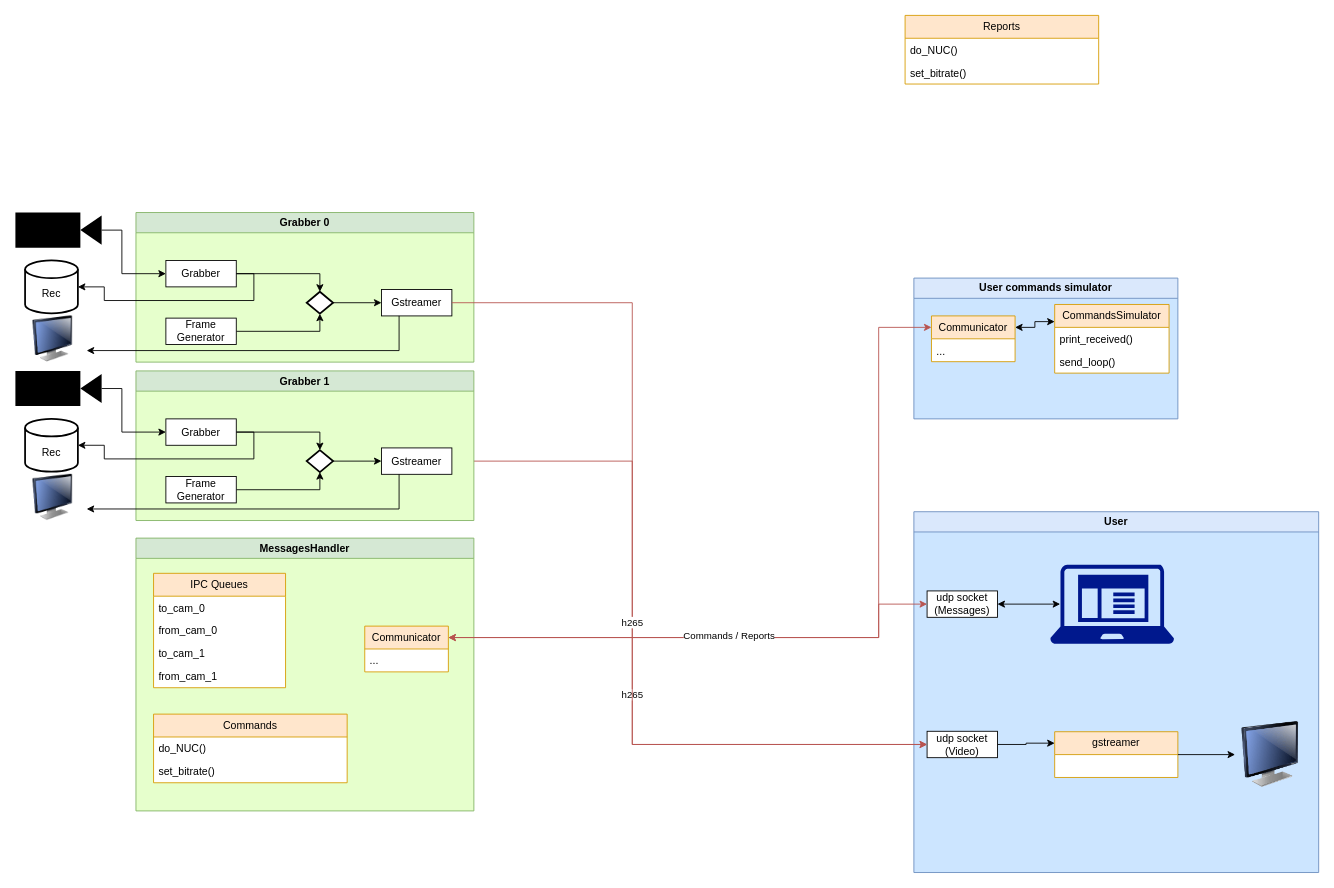
The draw.io diagram page "Page-2" (2 of 2) of doc/diagram.drawio in serbuh/gige_capture, before the edit. Source tidied: cells renumbered, new cells numbered last; positions are measured from the earlier drawing's top-left corner, leaving out a move shared by most shapes. Both pictures are drawn from the tidied source at 88%, with x=0, y=0 at pixel (15, 15).
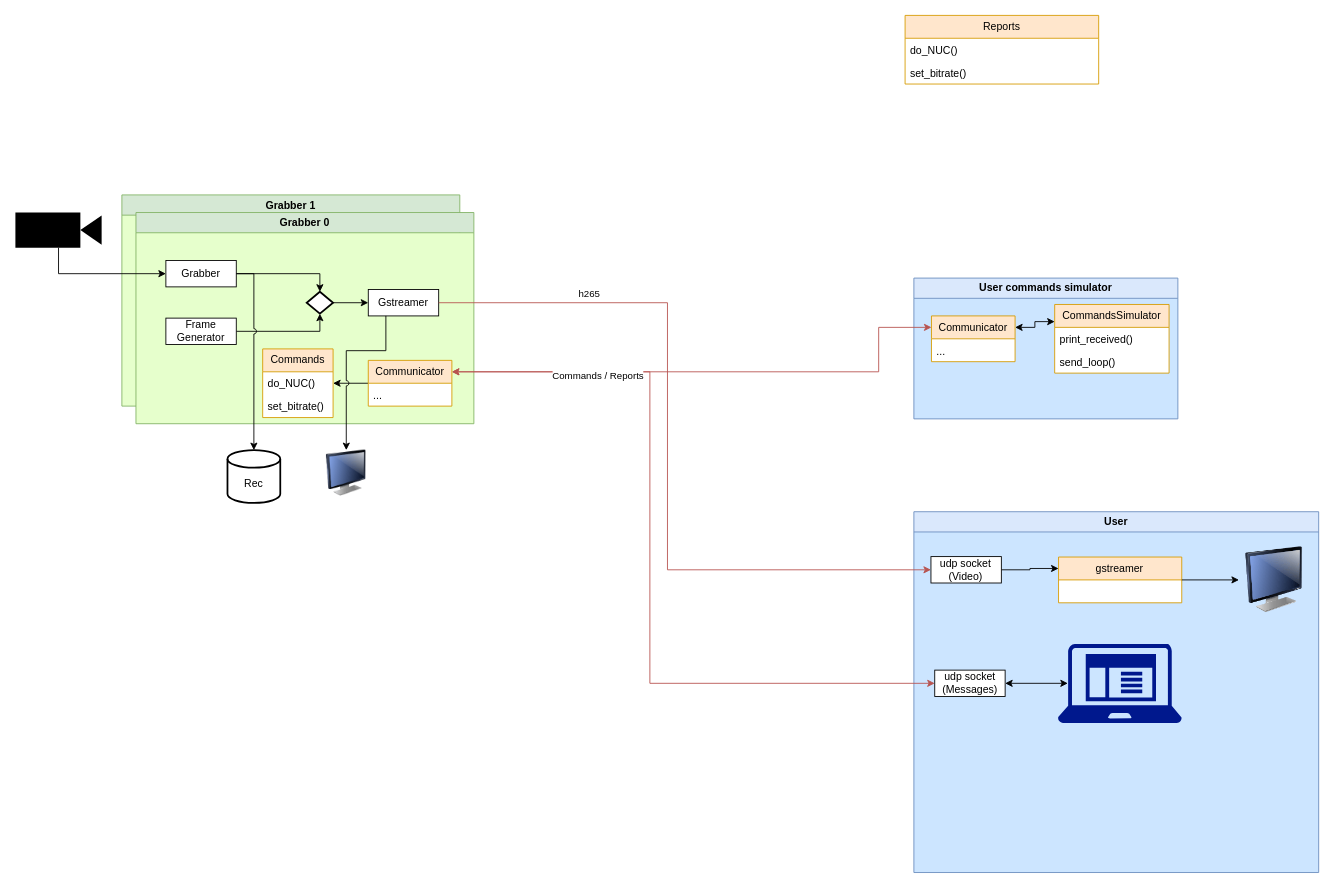
After the change.

Commit message (it also covers changes not shown here):
update diagram (each grabber has its own messages channel)

Unchanged cells that the change refers to:
```xml
<mxCell id="7" value="Grabber" style="rounded=0;whiteSpace=wrap;html=1;" parent="2" vertex="1">
  <mxGeometry x="34" y="54.5" width="80" height="30" as="geometry" />
</mxCell>
<mxCell id="11" style="shape=mxgraph.signs.tech.video_camera;html=1;fillColor=#000000;strokeColor=none;verticalLabelPosition=bottom;verticalAlign=top;align=center;" parent="1" vertex="1">
  <mxGeometry y="224" width="98" height="40" as="geometry" />
</mxCell>
<mxCell id="12" value="User" style="swimlane;whiteSpace=wrap;html=1;comic=0;noLabel=0;swimlaneFillColor=#CCE5FF;fillColor=#dae8fc;strokeColor=#6c8ebf;" parent="1" vertex="1">
  <mxGeometry x="1021" y="564" width="460" height="410" as="geometry" />
</mxCell>
<mxCell id="32" value="Communicator" style="swimlane;fontStyle=0;horizontal=1;startSize=26;fillColor=#ffe6cc;whiteSpace=wrap;html=1;strokeColor=#d79b00;swimlaneFillColor=default;" parent="27" vertex="1">
  <mxGeometry x="20" y="43" width="95" height="52" as="geometry" />
</mxCell>
```

Change to the diagram source:
```diff
@@
+    <mxCell id="53" value="Grabber 1" style="swimlane;whiteSpace=wrap;html=1;comic=0;noLabel=0;swimlaneFillColor=#E6FFCC;fillColor=#d5e8d4;strokeColor=#82b366;shadow=0;enumerate=0;glass=0;" parent="1" vertex="1">
+      <mxGeometry x="121" y="204" width="384" height="240" as="geometry" />
+    </mxCell>
-    <mxCell id="2" value="Grabber 0" style="swimlane;whiteSpace=wrap;html=1;comic=0;noLabel=0;swimlaneFillColor=#E6FFCC;fillColor=#d5e8d4;strokeColor=#82b366;" parent="1" vertex="1">
-      <mxGeometry x="137" y="224" width="384" height="170" as="geometry" />
+    <mxCell id="2" value="Grabber 0" style="swimlane;whiteSpace=wrap;html=1;comic=0;noLabel=0;swimlaneFillColor=#E6FFCC;fillColor=#d5e8d4;strokeColor=#82b366;shadow=0;enumerate=0;glass=0;" parent="1" vertex="1">
+      <mxGeometry x="137" y="224" width="384" height="240" as="geometry" />
     </mxCell>
@@
     <mxCell id="9" value="Gstreamer" style="rounded=0;whiteSpace=wrap;html=1;" parent="2" vertex="1">
-      <mxGeometry x="279" y="87.5" width="80" height="30" as="geometry" />
+      <mxGeometry x="264" y="87.5" width="80" height="30" as="geometry" />
     </mxCell>
+    <mxCell id="67" style="edgeStyle=orthogonalEdgeStyle;rounded=0;jettySize=auto;html=1;entryX=1;entryY=0.5;entryDx=0;entryDy=0;" parent="2" edge="1" source="37" target="40">
+      <mxGeometry relative="1" as="geometry" />
+    </mxCell>
+    <mxCell id="37" value="Communicator" style="swimlane;fontStyle=0;horizontal=1;startSize=26;fillColor=#ffe6cc;whiteSpace=wrap;html=1;strokeColor=#d79b00;swimlaneFillColor=default;" parent="2" vertex="1">
+      <mxGeometry x="264" y="168" width="95" height="52" as="geometry" />
+    </mxCell>
+    <mxCell id="38" value="..." style="text;strokeColor=none;fillColor=none;align=left;verticalAlign=top;spacingLeft=4;spacingRight=4;overflow=hidden;whiteSpace=wrap;html=1;" parent="37" vertex="1">
+      <mxGeometry y="26" width="95" height="26" as="geometry" />
+    </mxCell>
+    <mxCell id="39" value="Commands" style="swimlane;fontStyle=0;horizontal=1;startSize=26;fillColor=#ffe6cc;whiteSpace=wrap;html=1;strokeColor=#d79b00;swimlaneFillColor=default;" parent="2" vertex="1">
+      <mxGeometry x="144" y="155" width="80" height="78" as="geometry" />
+    </mxCell>
+    <mxCell id="40" value="do_NUC()" style="text;strokeColor=none;fillColor=none;align=left;verticalAlign=top;spacingLeft=4;spacingRight=4;overflow=hidden;points=[[0,0.5],[1,0.5]];portConstraint=eastwest;whiteSpace=wrap;html=1;" parent="39" vertex="1">
+      <mxGeometry y="26" width="80" height="26" as="geometry" />
+    </mxCell>
+    <mxCell id="41" value="set_bitrate()" style="text;strokeColor=none;fillColor=none;align=left;verticalAlign=top;spacingLeft=4;spacingRight=4;overflow=hidden;whiteSpace=wrap;html=1;" parent="39" vertex="1">
+      <mxGeometry y="52" width="80" height="26" as="geometry" />
+    </mxCell>
-    <mxCell id="10" style="edgeStyle=orthogonalEdgeStyle;rounded=0;jettySize=auto;html=1;entryX=0;entryY=0.5;entryDx=0;entryDy=0;exitX=1;exitY=0.5;exitDx=0;exitDy=0;exitPerimeter=0;" parent="1" edge="1" source="11" target="7">
+    <mxCell id="10" style="edgeStyle=orthogonalEdgeStyle;rounded=0;jettySize=auto;html=1;entryX=0;entryY=0.5;entryDx=0;entryDy=0;exitX=0.5;exitY=1;exitDx=0;exitDy=0;exitPerimeter=0;" parent="1" edge="1" source="11" target="7">
       <mxGeometry relative="1" as="geometry">
         <Array as="points">
-          <mxPoint x="121" y="244" />
-          <mxPoint x="121" y="293" />
+          <mxPoint x="49" y="294" />
         </Array>
       </mxGeometry>
     </mxCell>
@@
     <mxCell id="14" value="udp socket&lt;br&gt;(Video)" style="rounded=0;whiteSpace=wrap;html=1;" parent="12" vertex="1">
-      <mxGeometry x="15" y="249.5" width="80" height="30" as="geometry" />
+      <mxGeometry x="19.4" y="51" width="80" height="30" as="geometry" />
     </mxCell>
     <mxCell id="15" value="gstreamer" style="swimlane;fontStyle=0;horizontal=1;startSize=26;fillColor=#ffe6cc;whiteSpace=wrap;html=1;strokeColor=#d79b00;swimlaneFillColor=default;" parent="12" vertex="1">
-      <mxGeometry x="160" y="250" width="140" height="52" as="geometry" />
+      <mxGeometry x="164.4" y="51.5" width="140" height="52" as="geometry" />
     </mxCell>
     <mxCell id="16" style="sketch=0;shadow=0;dashed=0;html=1;strokeColor=none;labelPosition=center;verticalLabelPosition=bottom;verticalAlign=top;align=center;fillColor=#00188D;shape=mxgraph.mscae.enterprise.client_application;" parent="12" vertex="1">
-      <mxGeometry x="155" y="60" width="140.6" height="90" as="geometry" />
+      <mxGeometry x="163.7" y="150" width="140.6" height="90" as="geometry" />
     </mxCell>
@@
     <mxCell id="18" value="udp socket&lt;br&gt;(Messages)" style="rounded=0;whiteSpace=wrap;html=1;" parent="12" vertex="1">
-      <mxGeometry x="15" y="90" width="80" height="30" as="geometry" />
+      <mxGeometry x="23.7" y="180" width="80" height="30" as="geometry" />
     </mxCell>
     <mxCell id="19" style="image;html=1;image=img/lib/clip_art/computers/Monitor_128x128.png;align=center;verticalAlign=top;" parent="12" vertex="1">
-      <mxGeometry x="365" y="238.5" width="80" height="75" as="geometry" />
+      <mxGeometry x="369.4" y="40" width="80" height="75" as="geometry" />
     </mxCell>
@@
     <mxCell id="21" style="image;html=1;image=img/lib/clip_art/computers/Monitor_128x128.png;" parent="1" vertex="1">
-      <mxGeometry x="4" y="341.5" width="77" height="52.5" as="geometry" />
+      <mxGeometry x="341" y="494" width="70" height="52.5" as="geometry" />
     </mxCell>
     <mxCell id="22" value="&lt;br&gt;Rec" style="strokeWidth=2;html=1;shape=mxgraph.flowchart.database;whiteSpace=wrap;" parent="1" vertex="1">
-      <mxGeometry x="11" y="278.5" width="60" height="60" as="geometry" />
+      <mxGeometry x="241" y="494" width="60" height="60" as="geometry" />
     </mxCell>
-    <mxCell id="23" style="edgeStyle=orthogonalEdgeStyle;rounded=0;jettySize=auto;html=1;exitX=1;exitY=0.5;exitDx=0;exitDy=0;entryX=1;entryY=0.5;entryDx=0;entryDy=0;entryPerimeter=0;" parent="1" edge="1" source="7" target="22">
-      <mxGeometry relative="1" as="geometry">
-        <Array as="points">
-          <mxPoint x="271" y="293" />
-          <mxPoint x="271" y="324" />
-          <mxPoint x="101" y="324" />
-          <mxPoint x="101" y="309" />
-          <mxPoint x="71" y="309" />
-        </Array>
-      </mxGeometry>
-    </mxCell>
-    <mxCell id="24" style="edgeStyle=orthogonalEdgeStyle;rounded=0;jettySize=auto;html=1;entryX=1;entryY=0.75;entryDx=0;entryDy=0;exitX=0.25;exitY=1;exitDx=0;exitDy=0;" parent="1" edge="1" source="9" target="21">
+    <mxCell id="24" style="edgeStyle=orthogonalEdgeStyle;rounded=0;jettySize=auto;html=1;exitX=0.25;exitY=1;exitDx=0;exitDy=0;entryX=0.5;entryY=0;entryDx=0;entryDy=0;jumpStyle=arc;" parent="1" edge="1" source="9" target="21">
       <mxGeometry relative="1" as="geometry">
         <Array as="points">
-          <mxPoint x="436" y="381" />
+          <mxPoint x="421" y="381" />
+          <mxPoint x="376" y="381" />
         </Array>
       </mxGeometry>
     </mxCell>
-    <mxCell id="25" style="edgeStyle=orthogonalEdgeStyle;rounded=0;jettySize=auto;html=1;entryX=0;entryY=0.5;entryDx=0;entryDy=0;fillColor=#f8cecc;strokeColor=#b85450;exitX=1;exitY=0.5;exitDx=0;exitDy=0;" parent="1" edge="1" source="60" target="14">
-      <mxGeometry relative="1" as="geometry">
-        <Array as="points">
-          <mxPoint x="701" y="506" />
-          <mxPoint x="701" y="828" />
-        </Array>
-      </mxGeometry>
-    </mxCell>
-    <mxCell id="26" value="h265" style="edgeLabel;html=1;align=center;verticalAlign=middle;" parent="25" vertex="1">
-      <mxGeometry x="0.09" y="-1" relative="1" as="geometry" />
-    </mxCell>
@@
     <mxCell id="34" style="edgeStyle=orthogonalEdgeStyle;rounded=0;jettySize=auto;html=1;entryX=0;entryY=0.5;entryDx=0;entryDy=0;fillColor=#f8cecc;strokeColor=#b85450;exitX=1;exitY=0.5;exitDx=0;exitDy=0;" parent="1" edge="1" source="9" target="14">
       <mxGeometry relative="1" as="geometry">
         <Array as="points">
-          <mxPoint x="701" y="326" />
-          <mxPoint x="701" y="828" />
+          <mxPoint x="741" y="327" />
+          <mxPoint x="741" y="630" />
         </Array>
       </mxGeometry>
     </mxCell>
     <mxCell id="35" value="h265" style="edgeLabel;html=1;align=center;verticalAlign=middle;" parent="34" vertex="1">
-      <mxGeometry x="0.09" y="-1" relative="1" as="geometry" />
+      <mxGeometry x="0.09" y="-1" relative="1" as="geometry">
+        <mxPoint x="-89" y="-220" as="offset" />
+      </mxGeometry>
     </mxCell>
-    <mxCell id="36" value="MessagesHandler" style="swimlane;whiteSpace=wrap;html=1;comic=0;noLabel=0;swimlaneFillColor=#E6FFCC;fillColor=#d5e8d4;strokeColor=#82b366;" parent="1" vertex="1">
-      <mxGeometry x="137" y="594" width="384" height="310" as="geometry" />
-    </mxCell>
-    <mxCell id="37" value="Communicator" style="swimlane;fontStyle=0;horizontal=1;startSize=26;fillColor=#ffe6cc;whiteSpace=wrap;html=1;strokeColor=#d79b00;swimlaneFillColor=default;" parent="36" vertex="1">
-      <mxGeometry x="260" y="100" width="95" height="52" as="geometry" />
-    </mxCell>
-    <mxCell id="38" value="..." style="text;strokeColor=none;fillColor=none;align=left;verticalAlign=top;spacingLeft=4;spacingRight=4;overflow=hidden;whiteSpace=wrap;html=1;" parent="37" vertex="1">
-      <mxGeometry y="26" width="95" height="26" as="geometry" />
-    </mxCell>
-    <mxCell id="39" value="Commands" style="swimlane;fontStyle=0;horizontal=1;startSize=26;fillColor=#ffe6cc;whiteSpace=wrap;html=1;strokeColor=#d79b00;swimlaneFillColor=default;" parent="36" vertex="1">
-      <mxGeometry x="20" y="200" width="220" height="78" as="geometry" />
-    </mxCell>
-    <mxCell id="40" value="do_NUC()" style="text;strokeColor=none;fillColor=none;align=left;verticalAlign=top;spacingLeft=4;spacingRight=4;overflow=hidden;points=[[0,0.5],[1,0.5]];portConstraint=eastwest;whiteSpace=wrap;html=1;" parent="39" vertex="1">
-      <mxGeometry y="26" width="220" height="26" as="geometry" />
-    </mxCell>
-    <mxCell id="41" value="set_bitrate()" style="text;strokeColor=none;fillColor=none;align=left;verticalAlign=top;spacingLeft=4;spacingRight=4;overflow=hidden;whiteSpace=wrap;html=1;" parent="39" vertex="1">
-      <mxGeometry y="52" width="220" height="26" as="geometry" />
-    </mxCell>
-    <mxCell id="42" value="IPC Queues" style="swimlane;fontStyle=0;horizontal=1;startSize=26;fillColor=#ffe6cc;whiteSpace=wrap;html=1;strokeColor=#d79b00;swimlaneFillColor=default;" parent="36" vertex="1">
-      <mxGeometry x="20" y="40" width="150" height="130" as="geometry" />
-    </mxCell>
-    <mxCell id="43" value="to_cam_0" style="text;strokeColor=none;fillColor=none;align=left;verticalAlign=top;spacingLeft=4;spacingRight=4;overflow=hidden;whiteSpace=wrap;html=1;" parent="42" vertex="1">
-      <mxGeometry y="26" width="150" height="26" as="geometry" />
-    </mxCell>
-    <mxCell id="44" value="from_cam_0" style="text;strokeColor=none;fillColor=none;align=left;verticalAlign=top;spacingLeft=4;spacingRight=4;overflow=hidden;whiteSpace=wrap;html=1;" parent="42" vertex="1">
-      <mxGeometry y="52" width="150" height="26" as="geometry" />
-    </mxCell>
-    <mxCell id="45" value="to_cam_1" style="text;strokeColor=none;fillColor=none;align=left;verticalAlign=top;spacingLeft=4;spacingRight=4;overflow=hidden;whiteSpace=wrap;html=1;" parent="42" vertex="1">
-      <mxGeometry y="78" width="150" height="26" as="geometry" />
-    </mxCell>
-    <mxCell id="46" value="from_cam_1" style="text;strokeColor=none;fillColor=none;align=left;verticalAlign=top;spacingLeft=4;spacingRight=4;overflow=hidden;whiteSpace=wrap;html=1;" parent="42" vertex="1">
-      <mxGeometry y="104" width="150" height="26" as="geometry" />
-    </mxCell>
-    <mxCell id="47" style="edgeStyle=orthogonalEdgeStyle;rounded=0;jettySize=auto;html=1;entryX=1;entryY=0.25;entryDx=0;entryDy=0;startArrow=classic;startFill=1;fillColor=#f8cecc;strokeColor=#b85450;exitX=0;exitY=0.25;exitDx=0;exitDy=0;" parent="1" edge="1" source="32" target="37">
+    <mxCell id="47" style="edgeStyle=orthogonalEdgeStyle;rounded=0;jettySize=auto;html=1;startArrow=classic;startFill=1;fillColor=#f8cecc;strokeColor=#b85450;exitX=0;exitY=0.25;exitDx=0;exitDy=0;entryX=1;entryY=0.25;entryDx=0;entryDy=0;" parent="1" edge="1" source="32" target="37">
       <mxGeometry relative="1" as="geometry">
         <Array as="points">
-          <mxPoint x="981" y="354" />
-          <mxPoint x="981" y="707" />
+          <mxPoint x="981" y="355" />
+          <mxPoint x="981" y="405" />
         </Array>
       </mxGeometry>
     </mxCell>
     <mxCell id="48" style="edgeStyle=orthogonalEdgeStyle;rounded=0;jettySize=auto;html=1;entryX=0;entryY=0.5;entryDx=0;entryDy=0;startArrow=classic;startFill=1;fillColor=#f8cecc;strokeColor=#b85450;exitX=1;exitY=0.25;exitDx=0;exitDy=0;" parent="1" edge="1" source="37" target="18">
       <mxGeometry relative="1" as="geometry">
         <Array as="points">
-          <mxPoint x="981" y="707" />
-          <mxPoint x="981" y="669" />
+          <mxPoint x="721" y="405" />
+          <mxPoint x="721" y="759" />
         </Array>
       </mxGeometry>
     </mxCell>
     <mxCell id="49" value="Commands / Reports" style="edgeLabel;html=1;align=center;verticalAlign=middle;" parent="48" vertex="1">
       <mxGeometry x="0.07" y="3" relative="1" as="geometry">
-        <mxPoint x="7" as="offset" />
+        <mxPoint x="-63" y="-254" as="offset" />
       </mxGeometry>
     </mxCell>
@@
-    <mxCell id="53" value="Grabber 1" style="swimlane;whiteSpace=wrap;html=1;comic=0;noLabel=0;swimlaneFillColor=#E6FFCC;fillColor=#d5e8d4;strokeColor=#82b366;" parent="1" vertex="1">
-      <mxGeometry x="137" y="404" width="384" height="170" as="geometry" />
-    </mxCell>
-    <mxCell id="54" style="edgeStyle=orthogonalEdgeStyle;rounded=0;jettySize=auto;html=1;entryX=0;entryY=0.5;entryDx=0;entryDy=0;" parent="53" edge="1" source="55" target="60">
-      <mxGeometry relative="1" as="geometry" />
-    </mxCell>
-    <mxCell id="55" style="strokeWidth=2;html=1;shape=mxgraph.flowchart.decision;whiteSpace=wrap;" parent="53" vertex="1">
-      <mxGeometry x="194" y="90" width="30" height="25" as="geometry" />
-    </mxCell>
-    <mxCell id="56" style="edgeStyle=orthogonalEdgeStyle;rounded=0;jettySize=auto;html=1;entryX=0.5;entryY=0;entryDx=0;entryDy=0;entryPerimeter=0;exitX=1;exitY=0.5;exitDx=0;exitDy=0;" parent="53" edge="1" source="58" target="55">
-      <mxGeometry relative="1" as="geometry" />
-    </mxCell>
-    <mxCell id="57" style="edgeStyle=orthogonalEdgeStyle;rounded=0;jettySize=auto;html=1;entryX=0.5;entryY=1;entryDx=0;entryDy=0;entryPerimeter=0;exitX=1;exitY=0.5;exitDx=0;exitDy=0;" parent="53" edge="1" source="59" target="55">
-      <mxGeometry relative="1" as="geometry" />
-    </mxCell>
-    <mxCell id="58" value="Grabber" style="rounded=0;whiteSpace=wrap;html=1;" parent="53" vertex="1">
-      <mxGeometry x="34" y="54.5" width="80" height="30" as="geometry" />
-    </mxCell>
-    <mxCell id="59" value="Frame&lt;br&gt;Generator" style="rounded=0;whiteSpace=wrap;html=1;" parent="53" vertex="1">
-      <mxGeometry x="34" y="120" width="80" height="30" as="geometry" />
-    </mxCell>
-    <mxCell id="60" value="Gstreamer" style="rounded=0;whiteSpace=wrap;html=1;" parent="53" vertex="1">
-      <mxGeometry x="279" y="87.5" width="80" height="30" as="geometry" />
-    </mxCell>
-    <mxCell id="61" style="edgeStyle=orthogonalEdgeStyle;rounded=0;jettySize=auto;html=1;entryX=0;entryY=0.5;entryDx=0;entryDy=0;exitX=1;exitY=0.5;exitDx=0;exitDy=0;exitPerimeter=0;" parent="1" edge="1" source="62" target="58">
-      <mxGeometry relative="1" as="geometry">
-        <Array as="points">
-          <mxPoint x="121" y="424" />
-          <mxPoint x="121" y="473" />
-        </Array>
-      </mxGeometry>
-    </mxCell>
-    <mxCell id="62" style="shape=mxgraph.signs.tech.video_camera;html=1;fillColor=#000000;strokeColor=none;verticalLabelPosition=bottom;verticalAlign=top;align=center;" parent="1" vertex="1">
-      <mxGeometry y="404" width="98" height="40" as="geometry" />
-    </mxCell>
-    <mxCell id="63" style="image;html=1;image=img/lib/clip_art/computers/Monitor_128x128.png;" parent="1" vertex="1">
-      <mxGeometry x="4" y="521.5" width="77" height="52.5" as="geometry" />
-    </mxCell>
-    <mxCell id="64" value="&lt;br&gt;Rec" style="strokeWidth=2;html=1;shape=mxgraph.flowchart.database;whiteSpace=wrap;" parent="1" vertex="1">
-      <mxGeometry x="11" y="458.5" width="60" height="60" as="geometry" />
-    </mxCell>
-    <mxCell id="65" style="edgeStyle=orthogonalEdgeStyle;rounded=0;jettySize=auto;html=1;exitX=1;exitY=0.5;exitDx=0;exitDy=0;entryX=1;entryY=0.5;entryDx=0;entryDy=0;entryPerimeter=0;" parent="1" edge="1" source="58" target="64">
-      <mxGeometry relative="1" as="geometry">
-        <Array as="points">
-          <mxPoint x="271" y="473" />
-          <mxPoint x="271" y="504" />
-          <mxPoint x="101" y="504" />
-          <mxPoint x="101" y="489" />
-          <mxPoint x="71" y="489" />
-        </Array>
-      </mxGeometry>
-    </mxCell>
-    <mxCell id="66" style="edgeStyle=orthogonalEdgeStyle;rounded=0;jettySize=auto;html=1;entryX=1;entryY=0.75;entryDx=0;entryDy=0;exitX=0.25;exitY=1;exitDx=0;exitDy=0;" parent="1" edge="1" source="60" target="63">
-      <mxGeometry relative="1" as="geometry">
-        <Array as="points">
-          <mxPoint x="436" y="561" />
-        </Array>
-      </mxGeometry>
-    </mxCell>
+    <mxCell id="23" style="edgeStyle=orthogonalEdgeStyle;rounded=0;jettySize=auto;html=1;exitX=1;exitY=0.5;exitDx=0;exitDy=0;jumpStyle=arc;entryX=0.5;entryY=0;entryDx=0;entryDy=0;entryPerimeter=0;" parent="1" edge="1" source="7" target="22">
+      <mxGeometry relative="1" as="geometry">
+        <Array as="points">
+          <mxPoint x="271" y="294" />
+        </Array>
+      </mxGeometry>
+    </mxCell>
```
